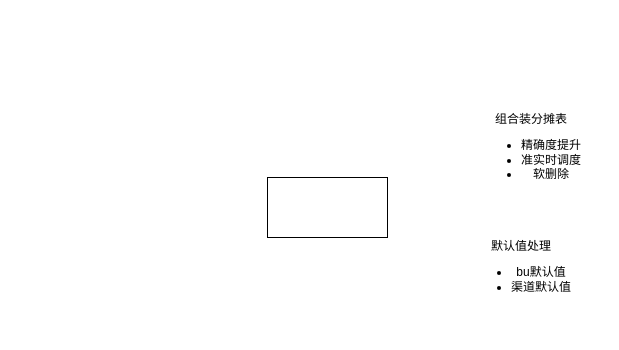
The draw.io diagram 实时底表改造方案.drawio in mineminemine123/work-wiki, before the edit. Source tidied: cells renumbered, new cells numbered last; positions are measured from the earlier drawing's top-left corner, leaving out a move shared by most shapes. Both pictures are drawn from the tidied source at 100%, with x=0, y=0 at pixel (267, 107).
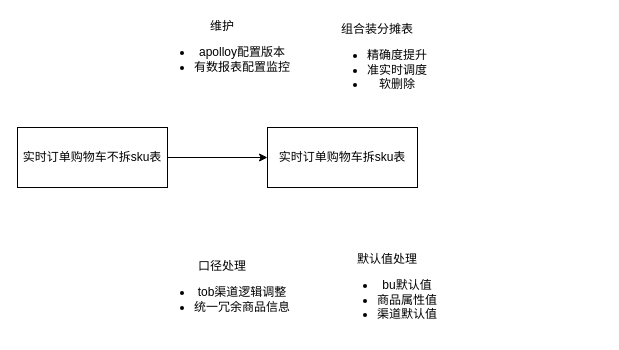
The same page after the edit.

Commit message (it also covers changes not shown here):
更新实时底表改造方案.drawio

What changed in the source:
```diff
@@
 <mxGraphModel>
   <root>
     <mxCell id="0" />
     <mxCell id="1" parent="0" />
+    <mxCell id="5" style="edgeStyle=orthogonalEdgeStyle;rounded=0;jettySize=auto;html=1;exitX=1;exitY=0.5;exitDx=0;exitDy=0;entryX=0;entryY=0.5;entryDx=0;entryDy=0;" parent="1" edge="1" source="2" target="8">
+      <mxGeometry relative="1" as="geometry" />
+    </mxCell>
-    <mxCell id="2" style="rounded=0;whiteSpace=wrap;html=1;" parent="1" vertex="1">
-      <mxGeometry y="70" width="120" height="60" as="geometry" />
+    <mxCell id="2" value="实时订单购物车不拆sku表" style="rounded=0;whiteSpace=wrap;html=1;" parent="1" vertex="1">
+      <mxGeometry x="-250" y="20" width="150" height="60" as="geometry" />
     </mxCell>
-    <mxCell id="3" value="默认值处理&lt;br&gt;&lt;ul&gt;&lt;li&gt;bu默认值&lt;/li&gt;&lt;li&gt;渠道默认值&lt;/li&gt;&lt;/ul&gt;" style="text;html=1;strokeColor=none;fillColor=none;align=center;verticalAlign=middle;whiteSpace=wrap;rounded=0;" parent="1" vertex="1">
-      <mxGeometry x="194" y="150" width="120" height="30" as="geometry" />
+    <mxCell id="3" value="默认值处理&lt;br&gt;&lt;ul&gt;&lt;li&gt;bu默认值&lt;/li&gt;&lt;li&gt;商品属性值&lt;/li&gt;&lt;li&gt;渠道默认值&lt;/li&gt;&lt;/ul&gt;" style="text;html=1;strokeColor=none;fillColor=none;align=center;verticalAlign=middle;whiteSpace=wrap;rounded=0;" parent="1" vertex="1">
+      <mxGeometry x="60" y="170" width="120" height="30" as="geometry" />
     </mxCell>
     <mxCell id="4" value="组合装分摊表&lt;br&gt;&lt;ul&gt;&lt;li&gt;精确度提升&lt;/li&gt;&lt;li&gt;准实时调度&lt;/li&gt;&lt;li&gt;软删除&lt;/li&gt;&lt;/ul&gt;" style="text;html=1;strokeColor=none;fillColor=none;align=center;verticalAlign=middle;whiteSpace=wrap;rounded=0;" parent="1" vertex="1">
-      <mxGeometry x="194" width="140" height="90" as="geometry" />
+      <mxGeometry x="40" y="-90" width="140" height="90" as="geometry" />
     </mxCell>
+    <mxCell id="6" value="口径处理&lt;br&gt;&lt;ul&gt;&lt;li&gt;tob渠道逻辑调整&lt;/li&gt;&lt;li&gt;统一冗余商品信息&lt;/li&gt;&lt;/ul&gt;" style="text;html=1;strokeColor=none;fillColor=none;align=center;verticalAlign=middle;whiteSpace=wrap;rounded=0;" parent="1" vertex="1">
+      <mxGeometry x="-120" y="170" width="150" height="30" as="geometry" />
+    </mxCell>
+    <mxCell id="7" value="维护&lt;br&gt;&lt;ul&gt;&lt;li&gt;apolloy配置版本&lt;/li&gt;&lt;li&gt;有数报表配置监控&lt;/li&gt;&lt;/ul&gt;" style="text;html=1;strokeColor=none;fillColor=none;align=center;verticalAlign=middle;whiteSpace=wrap;rounded=0;" parent="1" vertex="1">
+      <mxGeometry x="-120" y="-70" width="150" height="30" as="geometry" />
+    </mxCell>
+    <mxCell id="8" value="实时订单购物车拆sku表" style="rounded=0;whiteSpace=wrap;html=1;" parent="1" vertex="1">
+      <mxGeometry y="20" width="150" height="60" as="geometry" />
+    </mxCell>
   </root>
 </mxGraphModel>
```
